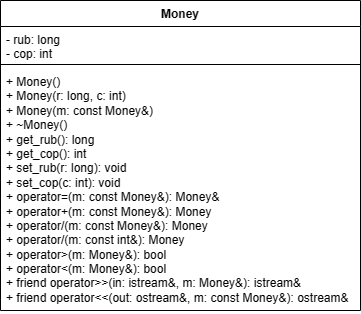
blzz4c/PNRPU-2022-IVT22-1b keeps this draw.io diagram as 2_semestr/LABS_Class/11_LAB/11.1-11.2/11.1-11.2_LAB.png. Above is the earlier version. Source tidied: cells renumbered, new cells last; positions are measured from the earlier drawing's top-left corner, leaving out a move shared by most shapes.
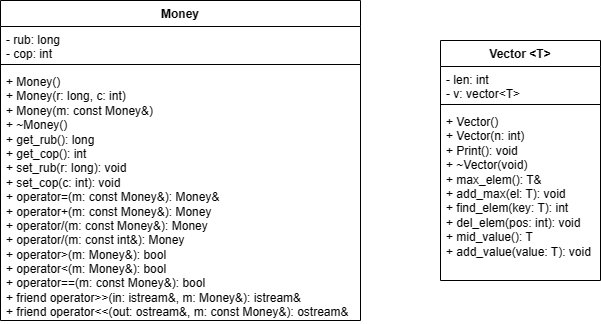
The same diagram one commit later.

What changed in the source:
```diff
@@ -3,7 +3,7 @@
     <mxCell id="0" />
     <mxCell id="1" parent="0" />
     <mxCell id="2" value="Money" style="swimlane;fontStyle=1;align=center;verticalAlign=top;horizontal=1;startSize=26;whiteSpace=wrap;html=1;" parent="1" vertex="1">
-      <mxGeometry width="360" height="310" as="geometry" />
+      <mxGeometry width="360" height="320" as="geometry" />
     </mxCell>
     <mxCell id="3" value="- rub: long&lt;br&gt;- cop: int" style="text;strokeColor=none;fillColor=none;align=left;verticalAlign=top;spacingLeft=4;spacingRight=4;overflow=hidden;whiteSpace=wrap;html=1;" parent="2" vertex="1">
       <mxGeometry y="26" width="360" height="34" as="geometry" />
@@ -11,8 +11,20 @@
     <mxCell id="4" style="line;strokeWidth=1;fillColor=none;align=left;verticalAlign=middle;spacingTop=-1;spacingLeft=3;spacingRight=3;labelPosition=right;strokeColor=inherit;" parent="2" vertex="1">
       <mxGeometry y="60" width="360" height="8" as="geometry" />
     </mxCell>
-    <mxCell id="5" value="&lt;div&gt;+ Money()&lt;/div&gt;&lt;div&gt;&lt;span style=&quot;background-color: initial;&quot;&gt;+ Money(r: long, c: int)&lt;/span&gt;&lt;/div&gt;&lt;div&gt;&lt;span style=&quot;&quot;&gt;&lt;/span&gt;&lt;/div&gt;&lt;div&gt;&lt;span style=&quot;&quot;&gt;+ Money(m: const Money&amp;amp;)&lt;/span&gt;&lt;/div&gt;&lt;div&gt;&lt;span style=&quot;&quot;&gt;+ ~Money()&lt;/span&gt;&lt;/div&gt;&lt;div&gt;&lt;div&gt;+ get_rub(): long&lt;/div&gt;&lt;div&gt;&lt;span style=&quot;white-space: pre;&quot;&gt;+ &lt;/span&gt;get_cop(): int&lt;/div&gt;&lt;div&gt;+ set_rub(r: long): void&lt;/div&gt;&lt;div&gt;+ set_cop(c: int): void&lt;/div&gt;&lt;/div&gt;&lt;div&gt;&lt;span style=&quot;background-color: initial;&quot;&gt;+ operator=(m: const Money&amp;amp;): Money&amp;amp;&lt;/span&gt;&lt;/div&gt;&lt;div&gt;&lt;span style=&quot;&quot;&gt;+ operator+(m: const Money&amp;amp;): Money&lt;/span&gt;&lt;/div&gt;&lt;div&gt;&lt;div&gt;+ operator/(m: const Money&amp;amp;): Money&lt;/div&gt;&lt;div&gt;&lt;span style=&quot;&quot;&gt;+ &lt;/span&gt;operator/(m: const int&amp;amp;): Money&lt;/div&gt;&lt;/div&gt;&lt;div&gt;&lt;span style=&quot;&quot;&gt;+ operator&amp;gt;(m: Money&amp;amp;): bool&lt;/span&gt;&lt;/div&gt;&lt;div&gt;&lt;span style=&quot;&quot;&gt;+ operator&amp;lt;(m: Money&amp;amp;): bool&amp;nbsp;&lt;/span&gt;&lt;/div&gt;&lt;div&gt;&lt;span style=&quot;&quot;&gt;+ friend operator&amp;gt;&amp;gt;(in: istream&amp;amp;, m: Money&amp;amp;): istream&amp;amp;&lt;/span&gt;&lt;/div&gt;&lt;div&gt;&lt;span style=&quot;&quot;&gt;+ friend operator&amp;lt;&amp;lt;(out: ostream&amp;amp;, m: const Money&amp;amp;): ostream&amp;amp;&lt;/span&gt;&lt;/div&gt;" style="text;strokeColor=none;fillColor=none;align=left;verticalAlign=top;spacingLeft=4;spacingRight=4;overflow=hidden;whiteSpace=wrap;html=1;" parent="2" vertex="1">
-      <mxGeometry y="68" width="360" height="242" as="geometry" />
+    <mxCell id="5" value="&lt;div&gt;+ Money()&lt;/div&gt;&lt;div&gt;&lt;span style=&quot;background-color: initial;&quot;&gt;+ Money(r: long, c: int)&lt;/span&gt;&lt;/div&gt;&lt;div&gt;&lt;span style=&quot;&quot;&gt;&lt;/span&gt;&lt;/div&gt;&lt;div&gt;&lt;span style=&quot;&quot;&gt;+ Money(m: const Money&amp;amp;)&lt;/span&gt;&lt;/div&gt;&lt;div&gt;&lt;span style=&quot;&quot;&gt;+ ~Money()&lt;/span&gt;&lt;/div&gt;&lt;div&gt;&lt;div&gt;+ get_rub(): long&lt;/div&gt;&lt;div&gt;&lt;span style=&quot;white-space: pre;&quot;&gt;+ &lt;/span&gt;get_cop(): int&lt;/div&gt;&lt;div&gt;+ set_rub(r: long): void&lt;/div&gt;&lt;div&gt;+ set_cop(c: int): void&lt;/div&gt;&lt;/div&gt;&lt;div&gt;&lt;span style=&quot;background-color: initial;&quot;&gt;+ operator=(m: const Money&amp;amp;): Money&amp;amp;&lt;/span&gt;&lt;/div&gt;&lt;div&gt;&lt;span style=&quot;&quot;&gt;+ operator+(m: const Money&amp;amp;): Money&lt;/span&gt;&lt;/div&gt;&lt;div&gt;&lt;div&gt;+ operator/(m: const Money&amp;amp;): Money&lt;/div&gt;&lt;div&gt;&lt;span style=&quot;&quot;&gt;+ &lt;/span&gt;operator/(m: const int&amp;amp;): Money&lt;/div&gt;&lt;/div&gt;&lt;div&gt;&lt;span style=&quot;&quot;&gt;+ operator&amp;gt;(m: Money&amp;amp;): bool&lt;/span&gt;&lt;/div&gt;&lt;div&gt;&lt;span style=&quot;&quot;&gt;+ operator&amp;lt;(m: Money&amp;amp;): bool&lt;/span&gt;&lt;/div&gt;&lt;div&gt;&lt;span style=&quot;&quot;&gt;+ operator==(m: const Money&amp;amp;): bool&lt;/span&gt;&lt;/div&gt;&lt;div&gt;&lt;span style=&quot;&quot;&gt;+ friend operator&amp;gt;&amp;gt;(in: istream&amp;amp;, m: Money&amp;amp;): istream&amp;amp;&lt;/span&gt;&lt;/div&gt;&lt;div&gt;&lt;span style=&quot;&quot;&gt;+ friend operator&amp;lt;&amp;lt;(out: ostream&amp;amp;, m: const Money&amp;amp;): ostream&amp;amp;&lt;/span&gt;&lt;/div&gt;" style="text;strokeColor=none;fillColor=none;align=left;verticalAlign=top;spacingLeft=4;spacingRight=4;overflow=hidden;whiteSpace=wrap;html=1;" parent="2" vertex="1">
+      <mxGeometry y="68" width="360" height="252" as="geometry" />
     </mxCell>
+    <mxCell id="6" value="Vector &amp;lt;T&amp;gt;" style="swimlane;fontStyle=1;align=center;verticalAlign=top;horizontal=1;startSize=26;whiteSpace=wrap;html=1;" parent="1" vertex="1">
+      <mxGeometry x="440" y="40" width="160" height="240" as="geometry" />
+    </mxCell>
+    <mxCell id="7" value="- len: int&lt;br&gt;- v: vector&amp;lt;T&amp;gt;" style="text;strokeColor=none;fillColor=none;align=left;verticalAlign=top;spacingLeft=4;spacingRight=4;overflow=hidden;whiteSpace=wrap;html=1;" parent="6" vertex="1">
+      <mxGeometry y="26" width="160" height="34" as="geometry" />
+    </mxCell>
+    <mxCell id="8" style="line;strokeWidth=1;fillColor=none;align=left;verticalAlign=middle;spacingTop=-1;spacingLeft=3;spacingRight=3;labelPosition=right;strokeColor=inherit;" parent="6" vertex="1">
+      <mxGeometry y="60" width="160" height="8" as="geometry" />
+    </mxCell>
+    <mxCell id="9" value="&lt;div&gt;+ Vector()&lt;/div&gt;&lt;div&gt;+ Vector(n: int)&lt;span style=&quot;&quot;&gt;&lt;/span&gt;&lt;/div&gt;&lt;div&gt;&lt;span style=&quot;&quot;&gt;+ Print(): void&lt;/span&gt;&lt;/div&gt;&lt;div&gt;&lt;span style=&quot;&quot;&gt;+ ~Vector(void)&lt;/span&gt;&lt;/div&gt;&lt;div&gt;&lt;span style=&quot;&quot;&gt;+ max_elem(): T&amp;amp;&lt;/span&gt;&lt;/div&gt;&lt;div&gt;&lt;span style=&quot;&quot;&gt;+ add_max(el: T): void&lt;/span&gt;&lt;/div&gt;&lt;div&gt;&lt;span style=&quot;&quot;&gt;+ find_elem(key: T): int&lt;/span&gt;&lt;/div&gt;&lt;div&gt;&lt;span style=&quot;&quot;&gt;+ del_elem(pos: int): void&lt;/span&gt;&lt;/div&gt;&lt;div&gt;&lt;span style=&quot;&quot;&gt;+ mid_value(): T&lt;/span&gt;&lt;/div&gt;&lt;div&gt;&lt;span style=&quot;&quot;&gt;+ add_value(value: T): void&lt;/span&gt;&lt;/div&gt;" style="text;strokeColor=none;fillColor=none;align=left;verticalAlign=top;spacingLeft=4;spacingRight=4;overflow=hidden;whiteSpace=wrap;html=1;" parent="6" vertex="1">
+      <mxGeometry y="68" width="160" height="172" as="geometry" />
+    </mxCell>
   </root>
 </mxGraphModel>
```
